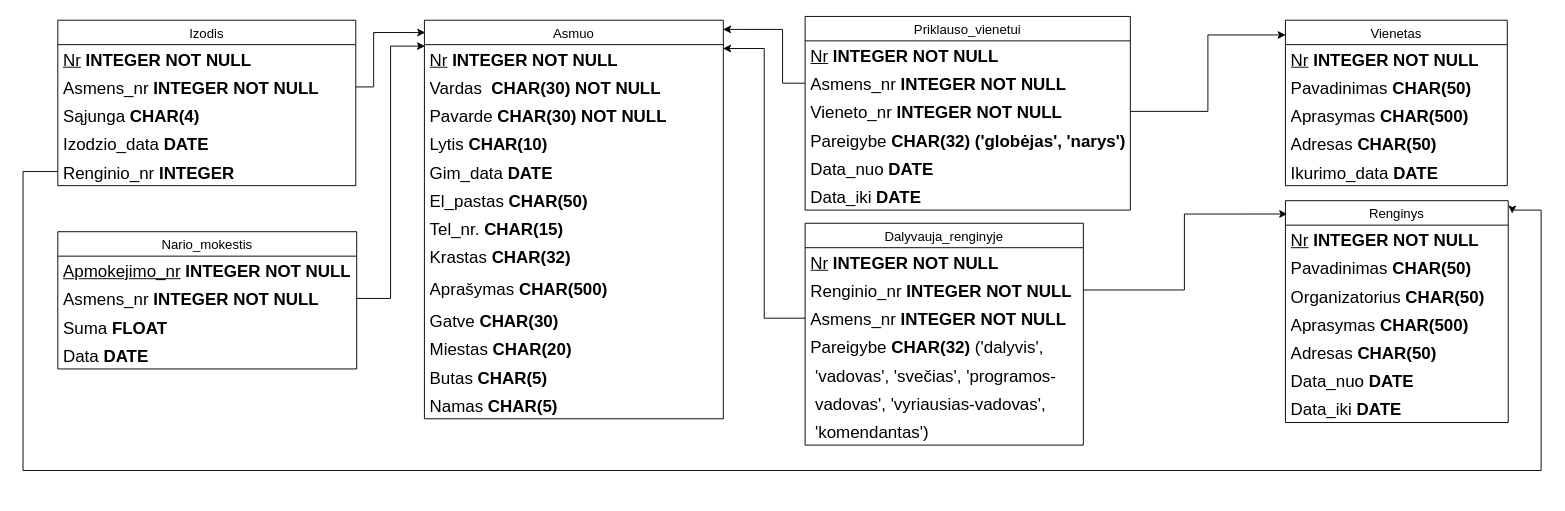
Before: page "Reliacinė schema su duomenų tipais" (3 of 3) of AF-duomenų-bazė-semantinis_ir_loginis_modeliai.drawio in vabalass/ateitininkaiDB, a draw.io diagram. Source tidied: cells renumbered, new cells numbered last; positions are measured from the earlier drawing's top-left corner, leaving out a move shared by most shapes. Both pictures are drawn from the tidied source at 94%, with x=0, y=0 at pixel (23, 16).
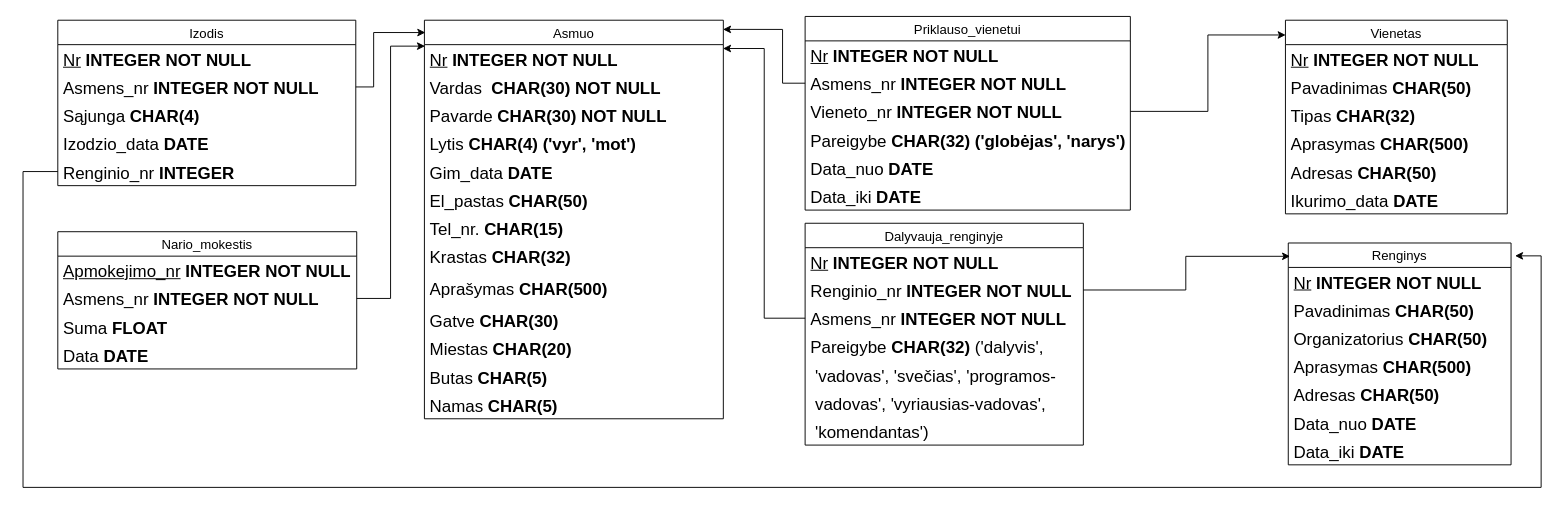
After the change.

Unchanged cells that the change refers to:
```xml
<mxCell id="2" value="Asmuo" style="swimlane;fontStyle=0;horizontal=1;startSize=26;align=center;fontSize=14;" parent="1" vertex="1">
  <mxGeometry x="427" y="4" width="318" height="424" as="geometry" />
</mxCell>
<mxCell id="21" value="&lt;font style=&quot;font-size: 18px;&quot;&gt;Renginio_nr &lt;b&gt;INTEGER&lt;/b&gt;&lt;/font&gt;" style="text;strokeColor=none;fillColor=none;spacingLeft=4;spacingRight=4;overflow=hidden;points=[[0,0.5],[1,0.5]];portConstraint=eastwest;fontSize=12;whiteSpace=wrap;html=1;" parent="16" vertex="1">
  <mxGeometry y="146" width="317" height="30" as="geometry" />
</mxCell>
```

Diff of the diagram source:
```diff
@@
-    <mxCell id="6" value="&lt;font style=&quot;font-size: 18px;&quot;&gt;Lytis &lt;b&gt;CHAR(10)&lt;/b&gt;&lt;/font&gt;" style="text;strokeColor=none;fillColor=none;spacingLeft=4;spacingRight=4;overflow=hidden;fontSize=12;whiteSpace=wrap;html=1;" parent="2" vertex="1">
+    <mxCell id="6" value="&lt;font style=&quot;font-size: 18px;&quot;&gt;Lytis &lt;b&gt;CHAR(4) ('vyr', 'mot')&lt;/b&gt;&lt;/font&gt;" style="text;strokeColor=none;fillColor=none;spacingLeft=4;spacingRight=4;overflow=hidden;fontSize=12;whiteSpace=wrap;html=1;" parent="2" vertex="1">
       <mxGeometry y="116" width="318" height="30" as="geometry" />
     </mxCell>
@@
     <mxCell id="27" value="Renginys" style="swimlane;fontStyle=0;horizontal=1;startSize=26;align=center;fontSize=14;" parent="1" vertex="1">
-      <mxGeometry x="1343" y="196" width="237" height="236" as="geometry" />
+      <mxGeometry x="1346" y="241" width="237" height="236" as="geometry" />
     </mxCell>
@@
     <mxCell id="35" value="Vienetas" style="swimlane;fontStyle=0;horizontal=1;startSize=26;align=center;fontSize=14;" parent="1" vertex="1">
-      <mxGeometry x="1343" y="4" width="236" height="176" as="geometry" />
+      <mxGeometry x="1343" y="4" width="236" height="206" as="geometry" />
     </mxCell>
@@
+    <mxCell id="63" value="&lt;font style=&quot;font-size: 18px;&quot;&gt;Tipas&amp;nbsp;&lt;b&gt;CHAR(32)&lt;/b&gt;&lt;/font&gt;" style="text;strokeColor=none;fillColor=none;spacingLeft=4;spacingRight=4;overflow=hidden;fontSize=12;whiteSpace=wrap;html=1;" parent="35" vertex="1">
+      <mxGeometry y="86" width="236" height="30" as="geometry" />
+    </mxCell>
     <mxCell id="38" value="&lt;font style=&quot;font-size: 18px;&quot;&gt;Aprasymas &lt;b&gt;CHAR(500)&lt;/b&gt;&lt;/font&gt;" style="text;strokeColor=none;fillColor=none;spacingLeft=4;spacingRight=4;overflow=hidden;fontSize=12;whiteSpace=wrap;html=1;" parent="35" vertex="1">
-      <mxGeometry y="86" width="236" height="30" as="geometry" />
+      <mxGeometry y="116" width="236" height="30" as="geometry" />
     </mxCell>
     <mxCell id="39" value="&lt;font style=&quot;font-size: 18px;&quot;&gt;Adresas &lt;b&gt;CHAR(50)&lt;/b&gt;&lt;/font&gt;" style="text;strokeColor=none;fillColor=none;spacingLeft=4;spacingRight=4;overflow=hidden;fontSize=12;whiteSpace=wrap;html=1;" parent="35" vertex="1">
-      <mxGeometry y="116" width="236" height="30" as="geometry" />
+      <mxGeometry y="146" width="236" height="30" as="geometry" />
     </mxCell>
     <mxCell id="40" value="&lt;font style=&quot;font-size: 18px;&quot;&gt;Ikurimo_data &lt;b&gt;DATE&lt;/b&gt;&lt;/font&gt;" style="text;strokeColor=none;fillColor=none;spacingLeft=4;spacingRight=4;overflow=hidden;fontSize=12;whiteSpace=wrap;html=1;" parent="35" vertex="1">
-      <mxGeometry y="146" width="236" height="30" as="geometry" />
+      <mxGeometry y="176" width="236" height="30" as="geometry" />
     </mxCell>
@@
     <mxCell id="62" style="edgeStyle=orthogonalEdgeStyle;rounded=0;jettySize=auto;html=1;exitX=0;exitY=0.5;exitDx=0;exitDy=0;entryX=1.018;entryY=0.058;entryDx=0;entryDy=0;entryPerimeter=0;" parent="1" edge="1" source="21" target="27">
       <mxGeometry relative="1" as="geometry">
         <Array as="points">
           <mxPoint y="165" />
-          <mxPoint y="483" />
-          <mxPoint x="1615" y="483" />
-          <mxPoint x="1615" y="206" />
-          <mxPoint x="1584" y="206" />
+          <mxPoint y="501" />
+          <mxPoint x="1615" y="501" />
+          <mxPoint x="1615" y="255" />
         </Array>
       </mxGeometry>
     </mxCell>
```
